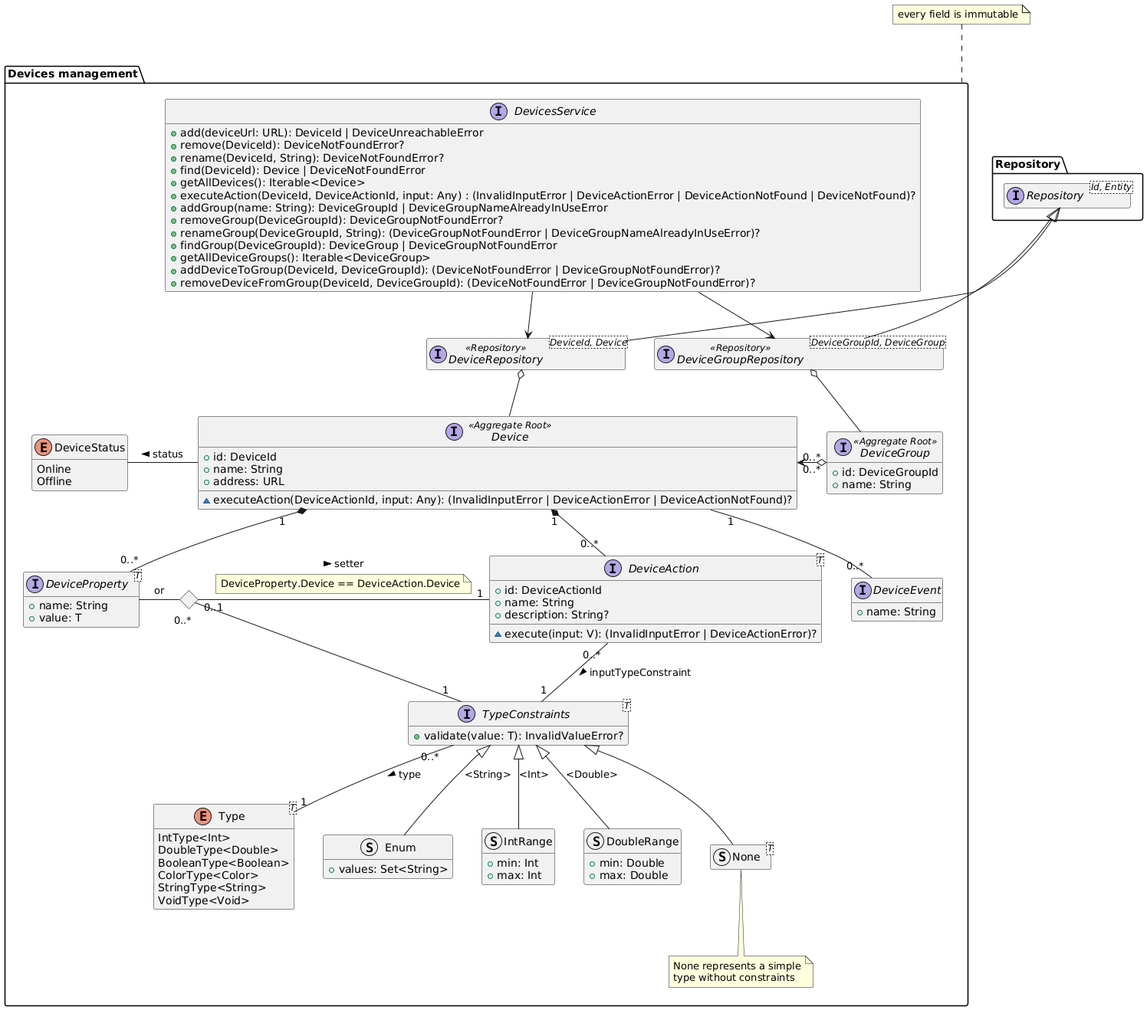
DomoticASW/.github keeps this PlantUML diagram as diagrams/generated/devices-management-domain-model.png. Above is the earlier version.
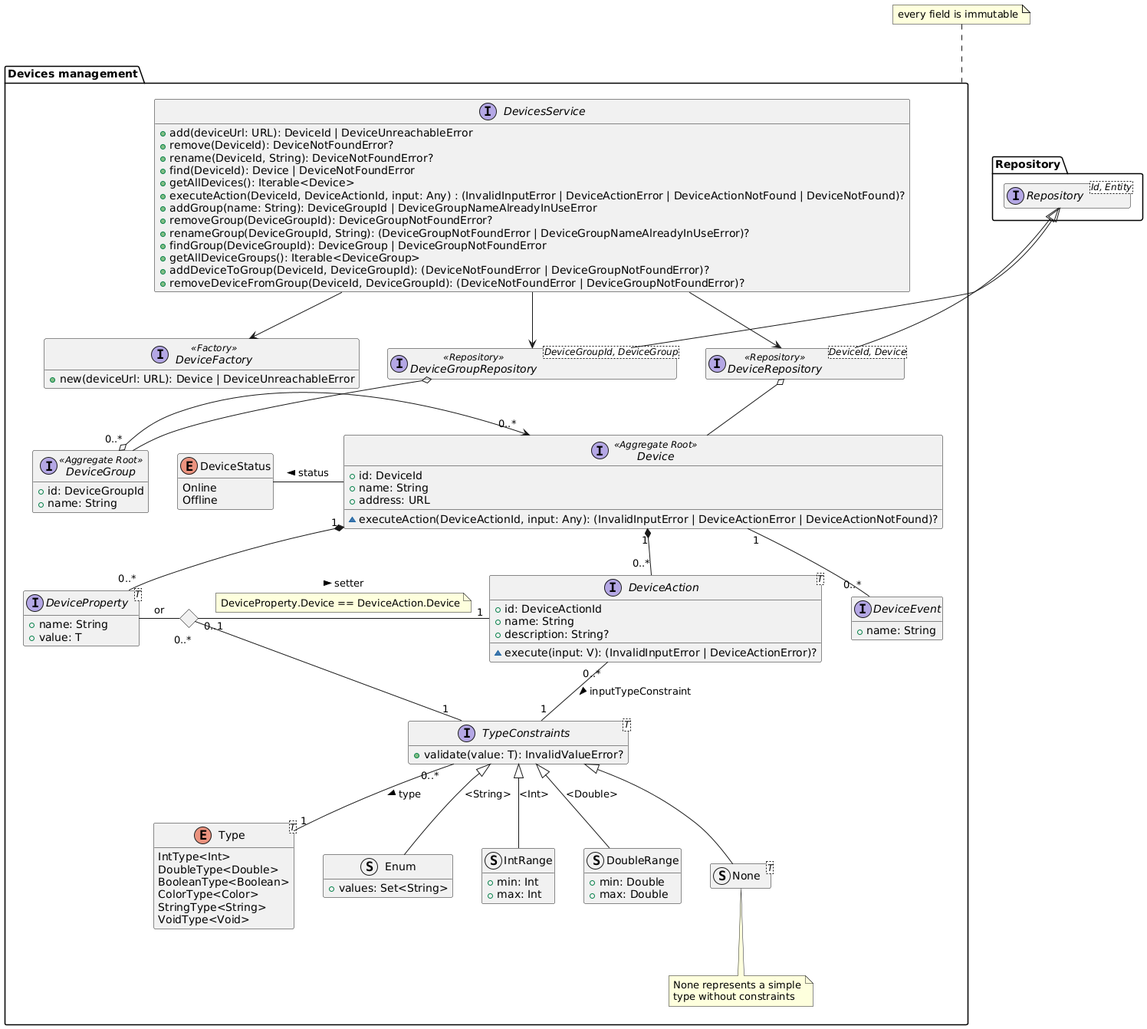
The same file after the commit.

Commit message:
add DeviceFactory to domain model diagram

Change to the diagram source:
```diff
@@ -93,6 +93,10 @@
         + removeDeviceFromGroup(DeviceId, DeviceGroupId): (DeviceNotFoundError | DeviceGroupNotFoundError)?
     }
 
+    interface DeviceFactory <<Factory>> {
+        + new(deviceUrl: URL): Device | DeviceUnreachableError
+    }
+
 
     Device -l- DeviceStatus : "status >"
     Device "0..*"  <-r-o "0..*" DeviceGroup
@@ -118,6 +122,7 @@
     DeviceRepository o-- Device
     DevicesService --> DeviceRepository
     DevicesService --> DeviceGroupRepository
+    DevicesService --> DeviceFactory
 }
 
 note top of "Devices management"
```
